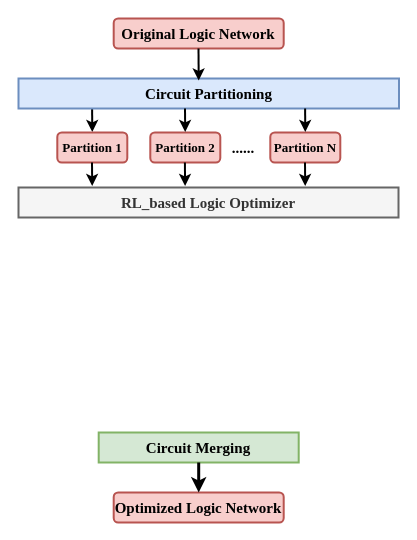
Earlier version of the draw.io diagram Framework.drawio (kxzhu0505/LogicSynOpt). Source tidied: cells renumbered, new cells numbered last; positions are measured from the earlier drawing's top-left corner, leaving out a move shared by most shapes. Both pictures are drawn from the tidied source at 100%, with x=0, y=0 at pixel (18, 18).
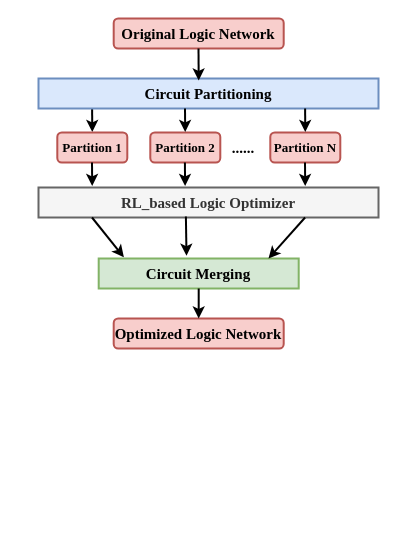
The same page after the edit.

The edit, as a diff of the source:
```diff
@@
     <mxCell id="3" value="&lt;font face=&quot;Times New Roman&quot; style=&quot;font-size: 15px;&quot;&gt;RL_based Logic Optimizer&lt;/font&gt;" style="rounded=0;whiteSpace=wrap;html=1;fillColor=#f5f5f5;strokeColor=#666666;fontColor=#333333;fontStyle=1;fontSize=15;strokeWidth=2;" parent="1" vertex="1">
-      <mxGeometry y="169" width="380" height="30" as="geometry" />
+      <mxGeometry x="20" y="169" width="340" height="30" as="geometry" />
     </mxCell>
@@
     <mxCell id="5" value="&lt;font face=&quot;Times New Roman&quot; style=&quot;font-size: 15px;&quot;&gt;Circuit Merging&lt;/font&gt;" style="rounded=0;whiteSpace=wrap;html=1;fillColor=#d5e8d4;strokeColor=#82b366;fontStyle=1;fontSize=15;strokeWidth=2;" parent="1" vertex="1">
-      <mxGeometry x="80.2" y="414" width="200" height="30" as="geometry" />
+      <mxGeometry x="80.2" y="240" width="200" height="30" as="geometry" />
     </mxCell>
     <mxCell id="6" value="&lt;font face=&quot;Times New Roman&quot; style=&quot;font-size: 15px;&quot;&gt;Optimized Logic Network&lt;/font&gt;" style="rounded=1;whiteSpace=wrap;html=1;fillColor=#f8cecc;strokeColor=#b85450;fontStyle=1;fontSize=15;strokeWidth=2;" parent="1" vertex="1">
-      <mxGeometry x="95.2" y="474" width="170" height="30" as="geometry" />
+      <mxGeometry x="95.2" y="300" width="170" height="30" as="geometry" />
     </mxCell>
-    <mxCell id="7" style="edgeStyle=orthogonalEdgeStyle;rounded=0;jettySize=auto;html=1;entryX=0.5;entryY=0;entryDx=0;entryDy=0;fontStyle=1;fontSize=15;strokeWidth=3;" parent="1" edge="1" source="5" target="6">
+    <mxCell id="7" style="edgeStyle=orthogonalEdgeStyle;rounded=0;jettySize=auto;html=1;entryX=0.5;entryY=0;entryDx=0;entryDy=0;fontStyle=1;fontSize=15;strokeWidth=2;" parent="1" edge="1" source="5" target="6">
       <mxGeometry relative="1" as="geometry" />
     </mxCell>
     <mxCell id="8" value="&lt;font face=&quot;Times New Roman&quot; style=&quot;font-size: 15px;&quot;&gt;Circuit Partitioning&lt;/font&gt;" style="rounded=0;whiteSpace=wrap;html=1;fillColor=#dae8fc;strokeColor=#6c8ebf;fontStyle=1;fontSize=15;strokeWidth=2;" parent="1" vertex="1">
-      <mxGeometry y="60" width="380.5" height="30" as="geometry" />
+      <mxGeometry x="20" y="60" width="340" height="30" as="geometry" />
     </mxCell>
@@
+    <mxCell id="19" style="rounded=0;jettySize=auto;html=1;fontStyle=1;fontSize=15;strokeWidth=2;entryX=0.126;entryY=-0.043;entryDx=0;entryDy=0;entryPerimeter=0;" parent="1" edge="1" target="5">
+      <mxGeometry relative="1" as="geometry">
+        <mxPoint x="73.5" y="199" as="sourcePoint" />
+      </mxGeometry>
+    </mxCell>
+    <mxCell id="20" style="edgeStyle=orthogonalEdgeStyle;rounded=0;jettySize=auto;html=1;entryX=0.439;entryY=-0.093;entryDx=0;entryDy=0;entryPerimeter=0;fontStyle=1;fontSize=15;strokeWidth=2;" parent="1" edge="1" target="5">
+      <mxGeometry relative="1" as="geometry">
+        <mxPoint x="167.4" y="198" as="sourcePoint" />
+      </mxGeometry>
+    </mxCell>
+    <mxCell id="21" style="rounded=0;orthogonalLoop=1;jettySize=auto;html=1;fontStyle=1;fontSize=15;strokeWidth=2;" parent="1" edge="1">
+      <mxGeometry relative="1" as="geometry">
+        <mxPoint x="286.6" y="199" as="sourcePoint" />
+        <mxPoint x="250" y="240" as="targetPoint" />
+      </mxGeometry>
+    </mxCell>
```
